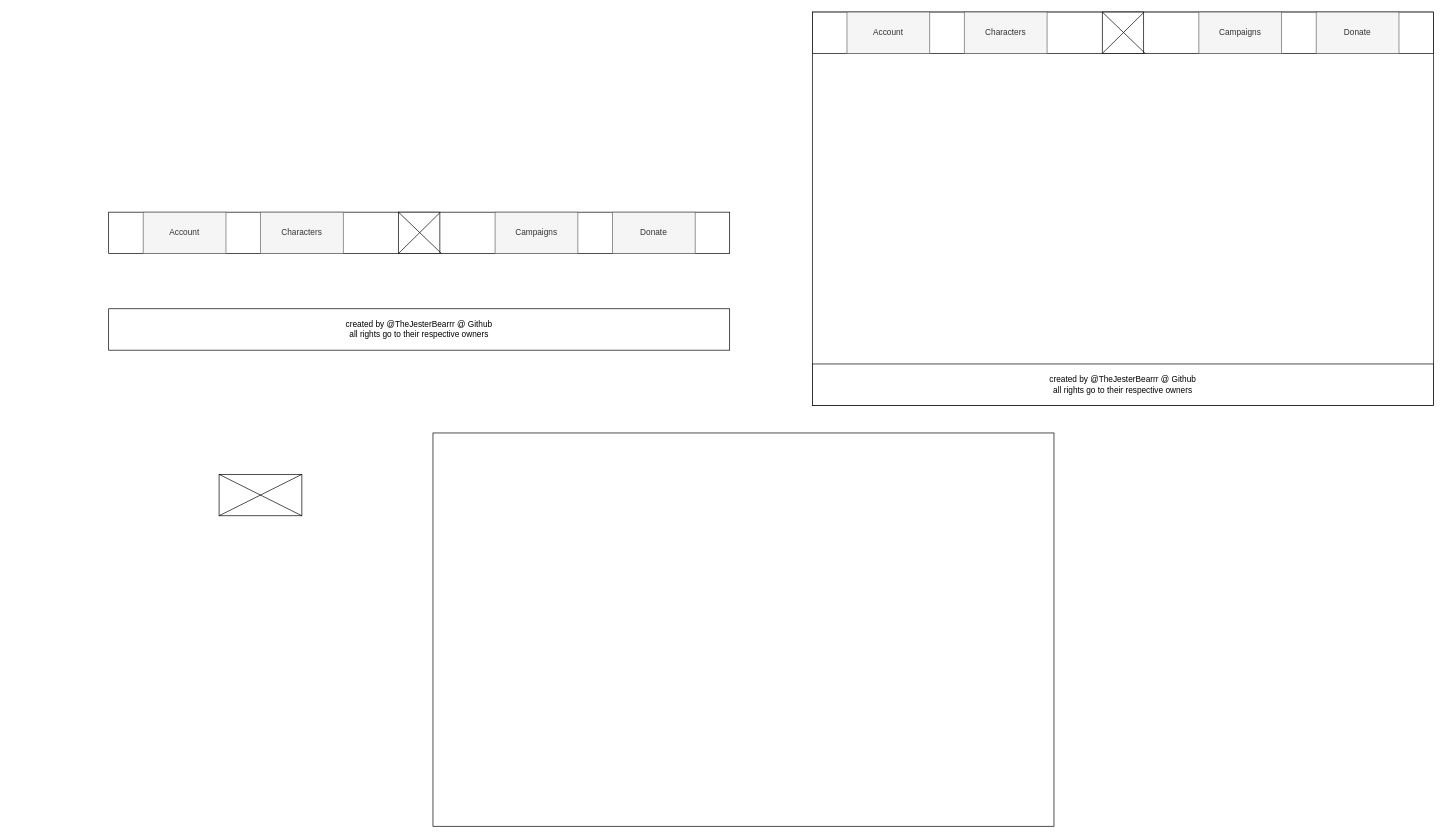
This is page "Assets" (2 of 5) of ! ASSETS !/Wireframes/Project Crawler Design.drawio from MrJesterBear/Project-Crawler-Datasheet, a draw.io file, before an edit. Source tidied: cells renumbered, new cells numbered last; positions are measured from the earlier drawing's top-left corner, leaving out a move shared by most shapes. Both pictures are drawn from the tidied source at 69%, with x=0, y=0 at pixel (108, 12).
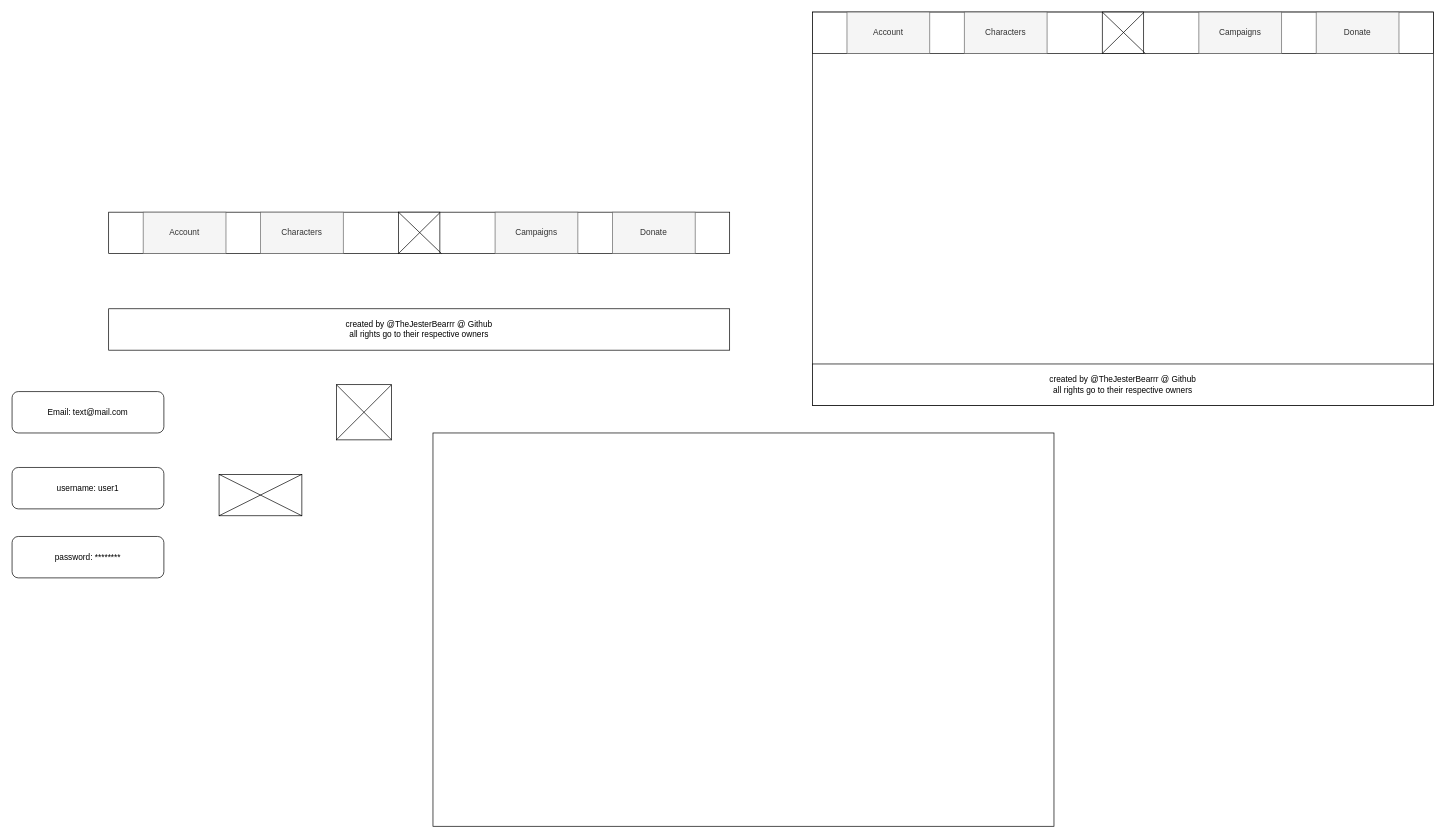
The same diagram, later.

Diff of the diagram source:
```diff
@@
+    <mxCell id="29" style="group;" parent="1" vertex="1">
+      <mxGeometry x="330" y="540" width="80" height="80" as="geometry" />
+    </mxCell>
+    <mxCell id="30" style="whiteSpace=wrap;html=1;" parent="29" vertex="1">
+      <mxGeometry width="80" height="80" as="geometry" />
+    </mxCell>
+    <mxCell id="31" style="endArrow=none;html=1;rounded=0;exitX=0;exitY=0;exitDx=0;exitDy=0;entryX=1;entryY=1;entryDx=0;entryDy=0;" parent="29" edge="1" source="30" target="30">
+      <mxGeometry relative="1" as="geometry" />
+    </mxCell>
+    <mxCell id="32" style="endArrow=none;html=1;rounded=0;exitX=1;exitY=0;exitDx=0;exitDy=0;entryX=0;entryY=1;entryDx=0;entryDy=0;" parent="29" edge="1" source="30" target="30">
+      <mxGeometry relative="1" as="geometry" />
+    </mxCell>
+    <mxCell id="33" value="Email: text@mail.com" style="rounded=1;whiteSpace=wrap;html=1;" parent="1" vertex="1">
+      <mxGeometry x="-140" y="550" width="220" height="60" as="geometry" />
+    </mxCell>
+    <mxCell id="34" value="username: user1" style="rounded=1;whiteSpace=wrap;html=1;" parent="1" vertex="1">
+      <mxGeometry x="-140" y="660" width="220" height="60" as="geometry" />
+    </mxCell>
+    <mxCell id="35" value="password: ********" style="rounded=1;whiteSpace=wrap;html=1;" parent="1" vertex="1">
+      <mxGeometry x="-140" y="760" width="220" height="60" as="geometry" />
+    </mxCell>
```
